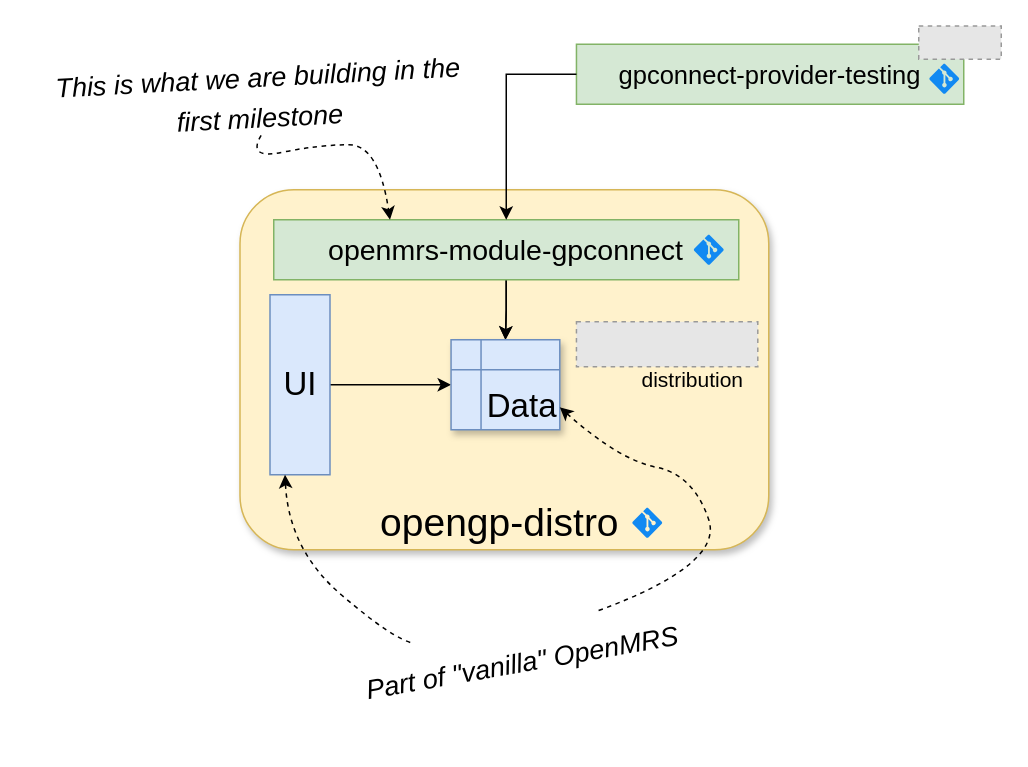
Before: Diagrams/repo-overview.drawio in Open-GP/opengp-architecture, a draw.io diagram. Source tidied: cells renumbered, new cells numbered last; positions are measured from the earlier drawing's top-left corner, leaving out a move shared by most shapes. Both pictures are drawn from the tidied source at 150%, with x=0, y=0 at pixel (33, 26). Pictures stored in the file or linked from it are replaced by grey dashed boxes.
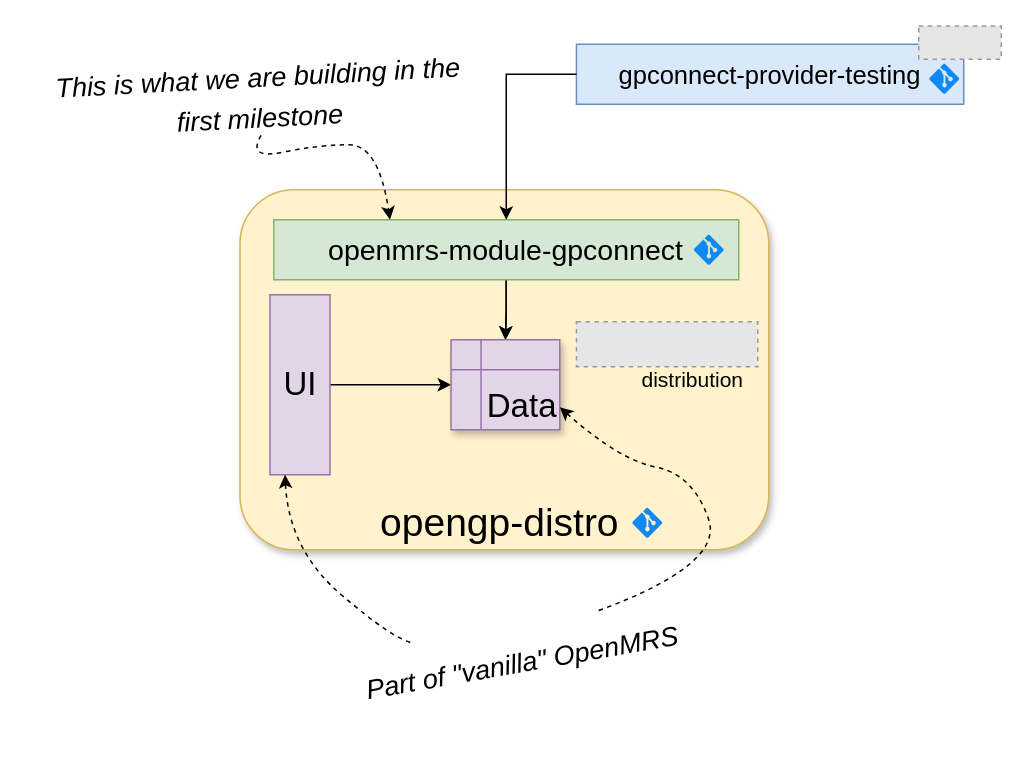
After the change.

What changed in the source:
```diff
@@
-    <mxCell id="4" value="UI" style="rounded=0;whiteSpace=wrap;html=1;fontSize=22;fillColor=#dae8fc;strokeColor=#6c8ebf;" parent="1" vertex="1">
+    <mxCell id="4" value="UI" style="rounded=0;whiteSpace=wrap;html=1;fontSize=22;fillColor=#e1d5e7;strokeColor=#9673a6;" parent="1" vertex="1">
       <mxGeometry x="157.5" y="179" width="40" height="120" as="geometry" />
     </mxCell>
@@
-    <mxCell id="8" value="Data" style="shape=internalStorage;whiteSpace=wrap;html=1;backgroundOutline=1;shadow=1;fontSize=22;verticalAlign=bottom;align=right;fillColor=#dae8fc;strokeColor=#6c8ebf;" parent="1" vertex="1">
+    <mxCell id="8" value="Data" style="shape=internalStorage;whiteSpace=wrap;html=1;backgroundOutline=1;shadow=1;fontSize=22;verticalAlign=bottom;align=right;fillColor=#e1d5e7;strokeColor=#9673a6;" parent="1" vertex="1">
       <mxGeometry x="278.2" y="209" width="72.5" height="60" as="geometry" />
     </mxCell>
@@
-    <mxCell id="16" value="&lt;font style=&quot;font-size: 17px&quot;&gt;gpconnect-provider-testing&lt;/font&gt;" style="rounded=0;whiteSpace=wrap;html=1;fontSize=22;fillColor=#d5e8d4;strokeColor=#82b366;" parent="1" vertex="1">
+    <mxCell id="16" value="&lt;font style=&quot;font-size: 17px&quot;&gt;gpconnect-provider-testing&lt;/font&gt;" style="rounded=0;whiteSpace=wrap;html=1;fontSize=22;fillColor=#dae8fc;strokeColor=#6c8ebf;" parent="1" vertex="1">
       <mxGeometry x="361.8" y="12" width="258.2" height="40" as="geometry" />
     </mxCell>
```
